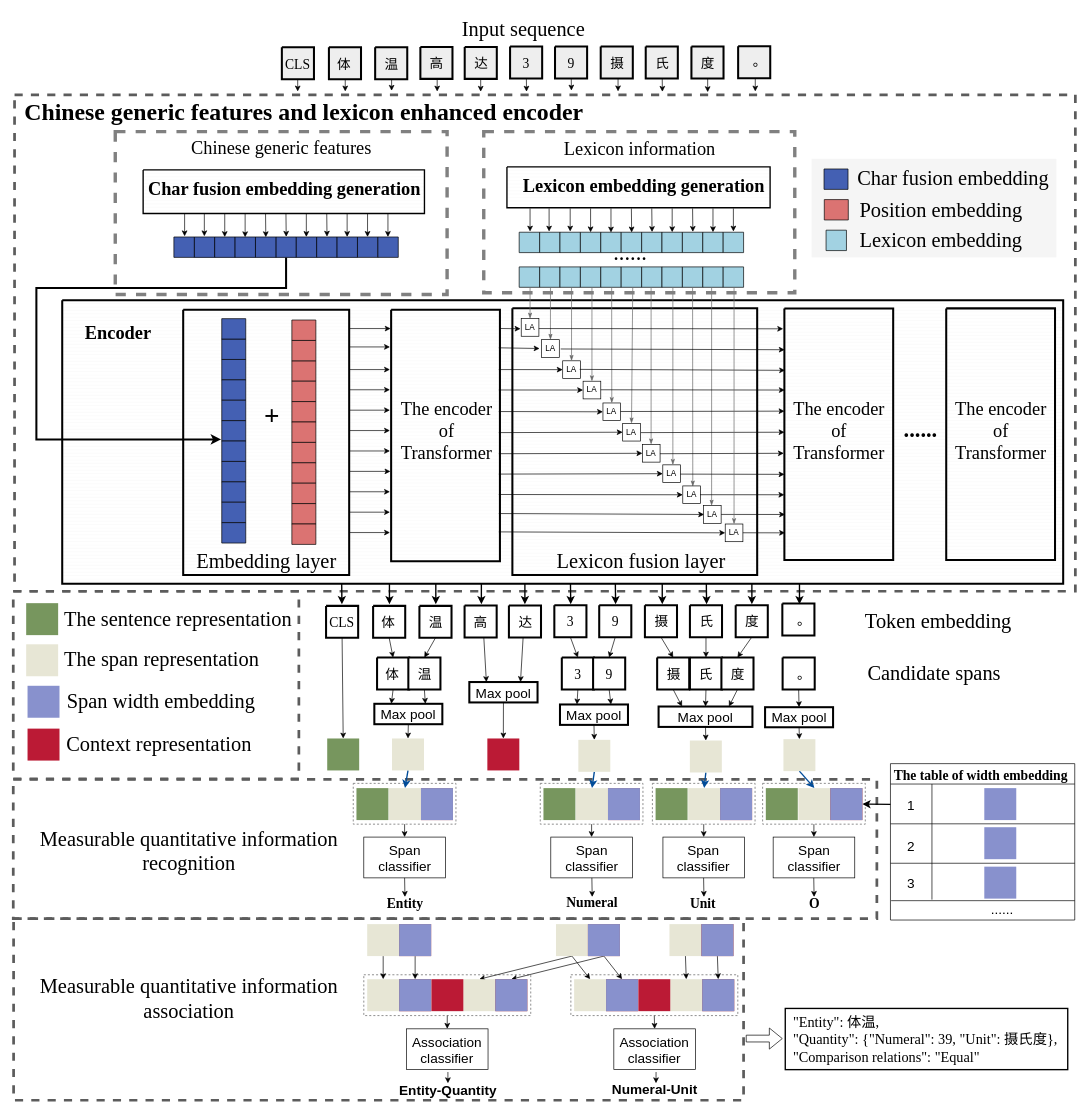
Earlier version of the draw.io diagram SCLert.drawio (JJackMoO/Jackert_draw). Source tidied: cells renumbered, new cells numbered last; positions are measured from the earlier drawing's top-left corner, leaving out a move shared by most shapes. Both pictures are drawn from the tidied source at 68%, with x=0, y=0 at pixel (13, 12).
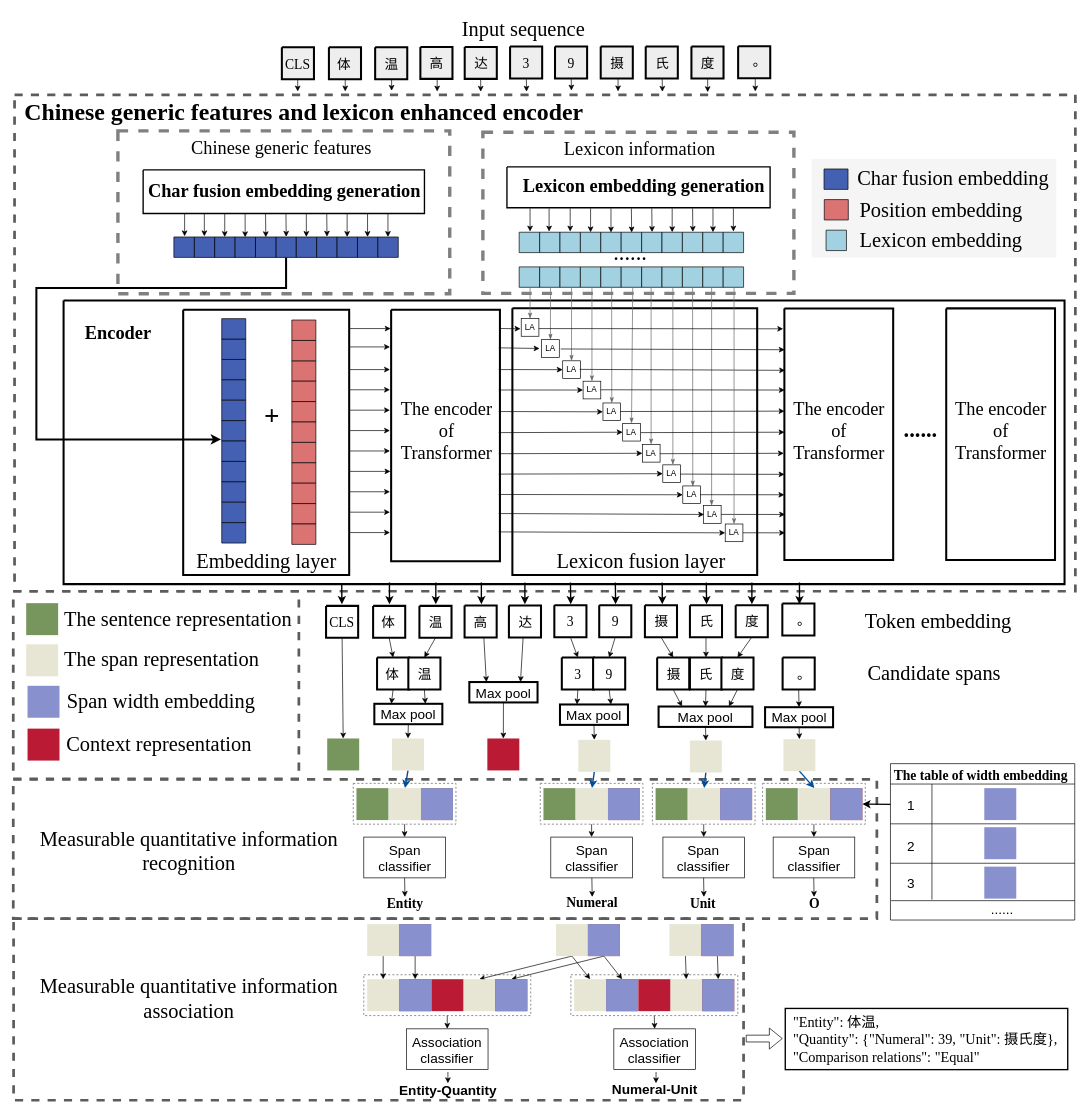
Above is the later version.

Change to the diagram source:
```diff
@@
-    <mxCell id="186" style="verticalLabelPosition=bottom;verticalAlign=top;html=1;shape=mxgraph.basic.patternFillRect;fillStyle=hor;step=5;fillStrokeWidth=0.2;fillStrokeColor=#dddddd;shadow=0;sketch=0;fontFamily=Times New Roman;fontSize=27;strokeWidth=3;gradientDirection=north;" parent="1" vertex="1">
-      <mxGeometry x="72" y="424" width="1472" height="417" as="geometry" />
+    <mxCell id="186" style="verticalLabelPosition=bottom;verticalAlign=top;html=1;shape=mxgraph.basic.patternFillRect;fillStyle=hor;step=5;fillStrokeWidth=0.2;fillStrokeColor=#FFFFFF;shadow=0;sketch=0;fontFamily=Times New Roman;fontSize=27;strokeWidth=3;gradientDirection=north;strokeColor=default;fillColor=none;" parent="1" vertex="1">
+      <mxGeometry x="74" y="424.5" width="1472" height="417" as="geometry" />
     </mxCell>
-    <mxCell id="187" style="verticalLabelPosition=bottom;verticalAlign=top;html=1;shape=mxgraph.basic.patternFillRect;fillStyle=hor;step=5;fillStrokeWidth=0.2;fillStrokeColor=#dddddd;shadow=0;sketch=0;fontFamily=Times New Roman;fontSize=27;strokeWidth=3;gradientDirection=north;" parent="1" vertex="1">
+    <mxCell id="187" style="verticalLabelPosition=bottom;verticalAlign=top;html=1;shape=mxgraph.basic.patternFillRect;fillStyle=hor;step=5;fillStrokeWidth=0.2;fillStrokeColor=#FFFFFF;shadow=0;sketch=0;fontFamily=Times New Roman;fontSize=27;strokeWidth=3;gradientDirection=north;fillColor=none;" parent="1" vertex="1">
       <mxGeometry x="734" y="435.9" width="360" height="392.1" as="geometry" />
     </mxCell>
-    <mxCell id="188" style="verticalLabelPosition=bottom;verticalAlign=top;html=1;shape=mxgraph.basic.patternFillRect;fillStyle=hor;step=5;fillStrokeWidth=0.2;fillStrokeColor=#dddddd;shadow=0;sketch=0;fontFamily=Times New Roman;fontSize=27;strokeWidth=3;gradientDirection=north;" parent="1" vertex="1">
+    <mxCell id="188" style="verticalLabelPosition=bottom;verticalAlign=top;html=1;shape=mxgraph.basic.patternFillRect;fillStyle=hor;step=5;fillStrokeWidth=0.2;fillStrokeColor=#FFFFFF;shadow=0;sketch=0;fontFamily=Times New Roman;fontSize=27;strokeWidth=3;gradientDirection=north;fillColor=none;" parent="1" vertex="1">
       <mxGeometry x="249.9" y="438" width="244.1" height="390" as="geometry" />
     </mxCell>
@@
-    <mxCell id="200" style="verticalLabelPosition=bottom;verticalAlign=top;html=1;shape=mxgraph.basic.patternFillRect;fillStyle=hor;step=5;fillStrokeWidth=0.2;fillStrokeColor=#dddddd;shadow=0;sketch=0;fontFamily=Times New Roman;fontSize=27;strokeWidth=3;gradientDirection=north;" parent="1" vertex="1">
+    <mxCell id="200" style="verticalLabelPosition=bottom;verticalAlign=top;html=1;shape=mxgraph.basic.patternFillRect;fillStyle=hor;step=5;fillStrokeWidth=0.2;fillStrokeColor=#FFFFFF;shadow=0;sketch=0;fontFamily=Times New Roman;fontSize=27;strokeWidth=3;gradientDirection=north;fillColor=none;" parent="1" vertex="1">
       <mxGeometry x="555.7" y="438" width="160" height="370" as="geometry" />
     </mxCell>
@@
-    <mxCell id="211" style="verticalLabelPosition=bottom;verticalAlign=top;html=1;shape=mxgraph.basic.patternFillRect;fillStyle=hor;step=5;fillStrokeWidth=0.2;fillStrokeColor=#dddddd;shadow=0;sketch=0;fontFamily=Times New Roman;fontSize=27;strokeWidth=3;gradientDirection=north;" parent="1" vertex="1">
+    <mxCell id="211" style="verticalLabelPosition=bottom;verticalAlign=top;html=1;shape=mxgraph.basic.patternFillRect;fillStyle=hor;step=5;fillStrokeWidth=0.2;fillStrokeColor=#FFFFFF;shadow=0;sketch=0;fontFamily=Times New Roman;fontSize=27;strokeWidth=3;gradientDirection=north;fillColor=none;" parent="1" vertex="1">
       <mxGeometry x="1134" y="436.1" width="160" height="370" as="geometry" />
     </mxCell>
@@
     <mxCell id="255" style="group;" parent="1" vertex="1">
-      <mxGeometry x="191" y="239.9" width="450.9" height="288.6" as="geometry" />
+      <mxGeometry x="191" y="239.9" width="450.9" height="308.6" as="geometry" />
     </mxCell>
-    <mxCell id="256" style="verticalLabelPosition=bottom;verticalAlign=top;html=1;shape=mxgraph.basic.patternFillRect;fillStyle=hor;step=5;fillStrokeWidth=0.2;fillStrokeColor=#dddddd;shadow=0;sketch=0;strokeColor=#000000;gradientColor=#ffffff;gradientDirection=north;fillColor=none;strokeWidth=2;" parent="255" vertex="1">
+    <mxCell id="256" style="verticalLabelPosition=bottom;verticalAlign=top;html=1;shape=mxgraph.basic.patternFillRect;fillStyle=hor;step=5;fillStrokeWidth=0.2;fillStrokeColor=#FFFFFF;shadow=0;sketch=0;strokeColor=#000000;gradientColor=#ffffff;gradientDirection=north;fillColor=none;strokeWidth=2;" parent="255" vertex="1">
       <mxGeometry y="-7.5" width="413.7" height="64" as="geometry" />
     </mxCell>
     <mxCell id="257" value="&lt;p&gt;&lt;b style=&quot;font-family: &amp;quot;Times New Roman&amp;quot;; font-size: 27px;&quot;&gt;&amp;nbsp;Char fusion embedding generation&lt;/b&gt;&lt;br&gt;&lt;/p&gt;" style="text;html=1;align=center;verticalAlign=middle;fillColor=none;rounded=0;shadow=0;dashed=1;sketch=0;fillStyle=auto;" parent="255" vertex="1">
-      <mxGeometry x="-11.4" y="-13.9" width="430" height="70" as="geometry" />
+      <mxGeometry x="-11.4" y="-10.5" width="430" height="70" as="geometry" />
     </mxCell>
@@
-    <mxCell id="327" style="group;" parent="1" vertex="1">
+    <mxCell id="327" style="group;fillColor=none;" parent="1" vertex="1">
       <mxGeometry x="1174" y="209" width="378" height="734" as="geometry" />
     </mxCell>
@@
-    <mxCell id="335" style="verticalLabelPosition=bottom;verticalAlign=top;html=1;shape=mxgraph.basic.patternFillRect;fillStyle=hor;step=5;fillStrokeWidth=0.2;fillStrokeColor=#dddddd;shadow=0;sketch=0;fontFamily=Times New Roman;fontSize=27;strokeWidth=3;gradientDirection=north;" parent="327" vertex="1">
+    <mxCell id="335" style="verticalLabelPosition=bottom;verticalAlign=top;html=1;shape=mxgraph.basic.patternFillRect;fillStyle=hor;step=5;fillStrokeWidth=0.2;fillStrokeColor=#FFFFFF;shadow=0;sketch=0;fontFamily=Times New Roman;fontSize=27;strokeWidth=3;gradientDirection=north;fillColor=none;" parent="327" vertex="1">
       <mxGeometry x="198" y="227" width="160" height="370" as="geometry" />
     </mxCell>
@@
-    <mxCell id="411" style="verticalLabelPosition=bottom;verticalAlign=top;html=1;shape=mxgraph.basic.patternFillRect;fillStyle=hor;step=5;fillStrokeWidth=0.2;fillStrokeColor=#dddddd;shadow=0;sketch=0;strokeColor=#000000;gradientColor=#ffffff;gradientDirection=north;fillColor=none;strokeWidth=2;" parent="1" vertex="1">
+    <mxCell id="411" style="verticalLabelPosition=bottom;verticalAlign=top;html=1;shape=mxgraph.basic.patternFillRect;fillStyle=hor;step=5;fillStrokeWidth=0.2;fillStrokeColor=#FFFFFF;shadow=0;sketch=0;strokeColor=#000000;gradientColor=#ffffff;gradientDirection=north;fillColor=none;strokeWidth=2;" parent="1" vertex="1">
       <mxGeometry x="726" y="228" width="387" height="60" as="geometry" />
     </mxCell>
@@
     <mxCell id="413" style="verticalLabelPosition=bottom;verticalAlign=top;html=1;shape=mxgraph.basic.rect;fillColor2=none;strokeWidth=5;size=20;indent=5;shadow=0;sketch=0;fillStyle=auto;fontFamily=Times New Roman;fontSize=27;fillColor=none;gradientDirection=north;dashed=1;fontColor=#333333;strokeColor=#808080;" parent="1" vertex="1">
-      <mxGeometry x="691.9" y="176" width="457.4" height="237" as="geometry" />
+      <mxGeometry x="690.6" y="177" width="457.4" height="237" as="geometry" />
     </mxCell>
@@
     <mxCell id="415" style="verticalLabelPosition=bottom;verticalAlign=top;html=1;shape=mxgraph.basic.rect;fillColor2=none;strokeWidth=5;size=20;indent=5;shadow=0;sketch=0;fillStyle=auto;fontFamily=Times New Roman;fontSize=27;fillColor=none;gradientDirection=north;dashed=1;fontColor=#333333;strokeColor=#808080;" parent="1" vertex="1">
-      <mxGeometry x="150" y="176" width="488" height="239.5" as="geometry" />
+      <mxGeometry x="153.9" y="175" width="488" height="239.5" as="geometry" />
     </mxCell>
```
